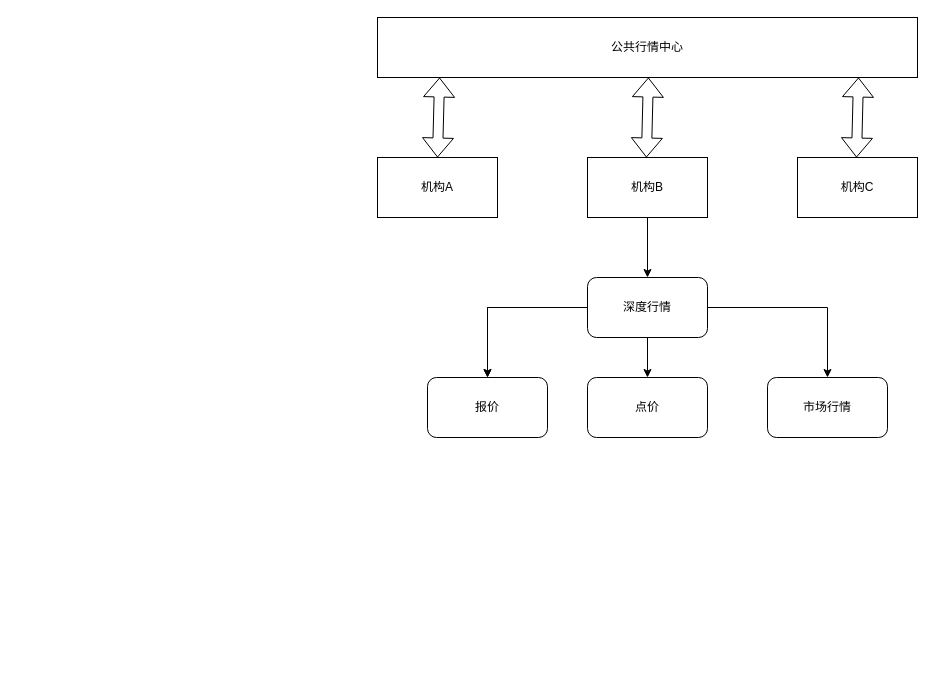
The draw.io diagram 未命名绘图.drawio in driftingleaf/WpfStudyDemo, before the edit. Source tidied: cells renumbered, new cells numbered last; positions are measured from the earlier drawing's top-left corner, leaving out a move shared by most shapes. Both pictures are drawn from the tidied source at 100%, with x=0, y=0 at pixel (377, 17).
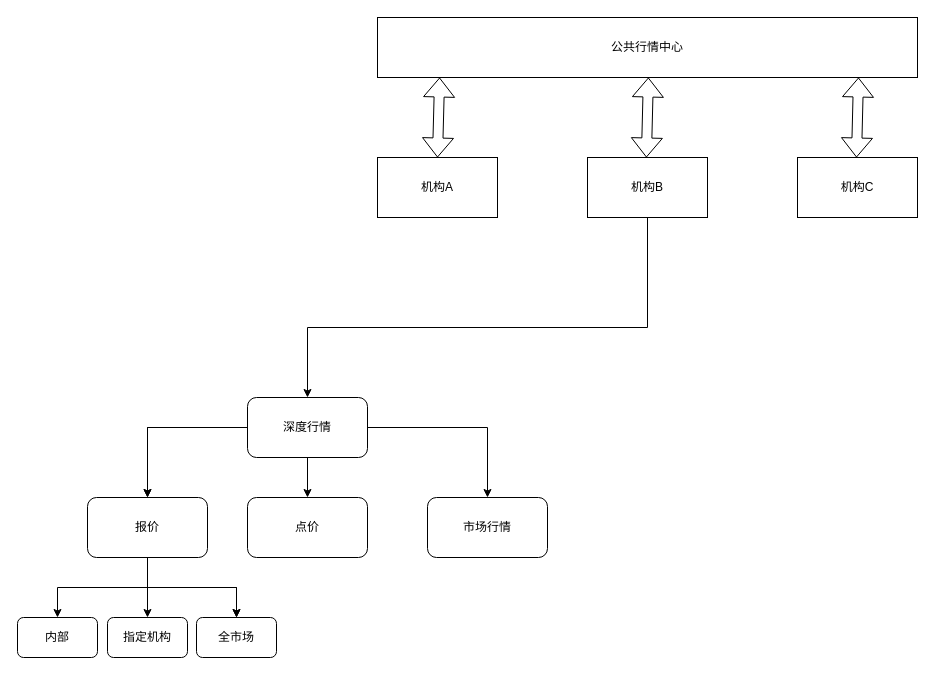
After the change.

Commit message:
更新未命名绘图.drawio

The change refers to these unchanged cells:
```xml
<mxCell id="4" value="机构B" style="rounded=0;whiteSpace=wrap;html=1;" parent="1" vertex="1">
  <mxGeometry x="210" y="140" width="120" height="60" as="geometry" />
</mxCell>
```

The edit, as a diff of the source:
```diff
@@
     <mxCell id="3" style="edgeStyle=orthogonalEdgeStyle;rounded=0;jettySize=auto;html=1;entryX=0.5;entryY=0;entryDx=0;entryDy=0;" parent="1" edge="1" source="4" target="14">
-      <mxGeometry relative="1" as="geometry" />
+      <mxGeometry relative="1" as="geometry">
+        <Array as="points">
+          <mxPoint x="270" y="310" />
+          <mxPoint x="-70" y="310" />
+        </Array>
+      </mxGeometry>
     </mxCell>
@@
     <mxCell id="14" value="深度行情" style="rounded=1;whiteSpace=wrap;html=1;" parent="1" vertex="1">
-      <mxGeometry x="210" y="260" width="120" height="60" as="geometry" />
+      <mxGeometry x="-130" y="380" width="120" height="60" as="geometry" />
     </mxCell>
+    <mxCell id="18" style="edgeStyle=orthogonalEdgeStyle;rounded=0;jettySize=auto;html=1;" parent="1" edge="1" source="15" target="22">
+      <mxGeometry relative="1" as="geometry">
+        <Array as="points">
+          <mxPoint x="-230" y="570" />
+          <mxPoint x="-320" y="570" />
+        </Array>
+      </mxGeometry>
+    </mxCell>
+    <mxCell id="19" style="edgeStyle=orthogonalEdgeStyle;rounded=0;jettySize=auto;html=1;" parent="1" edge="1" source="15" target="23">
+      <mxGeometry relative="1" as="geometry" />
+    </mxCell>
+    <mxCell id="20" style="edgeStyle=orthogonalEdgeStyle;rounded=0;jettySize=auto;html=1;" parent="1" edge="1" source="15" target="23">
+      <mxGeometry relative="1" as="geometry" />
+    </mxCell>
+    <mxCell id="21" style="edgeStyle=orthogonalEdgeStyle;rounded=0;jettySize=auto;html=1;" parent="1" edge="1" source="15" target="24">
+      <mxGeometry relative="1" as="geometry" />
+    </mxCell>
     <mxCell id="15" value="报价" style="rounded=1;whiteSpace=wrap;html=1;" parent="1" vertex="1">
-      <mxGeometry x="50" y="360" width="120" height="60" as="geometry" />
+      <mxGeometry x="-290" y="480" width="120" height="60" as="geometry" />
     </mxCell>
     <mxCell id="16" value="点价" style="whiteSpace=wrap;html=1;rounded=1;" parent="1" vertex="1">
-      <mxGeometry x="210" y="360" width="120" height="60" as="geometry" />
+      <mxGeometry x="-130" y="480" width="120" height="60" as="geometry" />
     </mxCell>
     <mxCell id="17" value="市场行情" style="whiteSpace=wrap;html=1;rounded=1;" parent="1" vertex="1">
-      <mxGeometry x="390" y="360" width="120" height="60" as="geometry" />
+      <mxGeometry x="50" y="480" width="120" height="60" as="geometry" />
     </mxCell>
+    <mxCell id="22" value="内部" style="whiteSpace=wrap;html=1;rounded=1;" parent="1" vertex="1">
+      <mxGeometry x="-360" y="600" width="80" height="40" as="geometry" />
+    </mxCell>
+    <mxCell id="23" value="全市场" style="whiteSpace=wrap;html=1;rounded=1;" parent="1" vertex="1">
+      <mxGeometry x="-181" y="600" width="80" height="40" as="geometry" />
+    </mxCell>
+    <mxCell id="24" value="指定机构" style="whiteSpace=wrap;html=1;rounded=1;" parent="1" vertex="1">
+      <mxGeometry x="-270" y="600" width="80" height="40" as="geometry" />
+    </mxCell>
```
